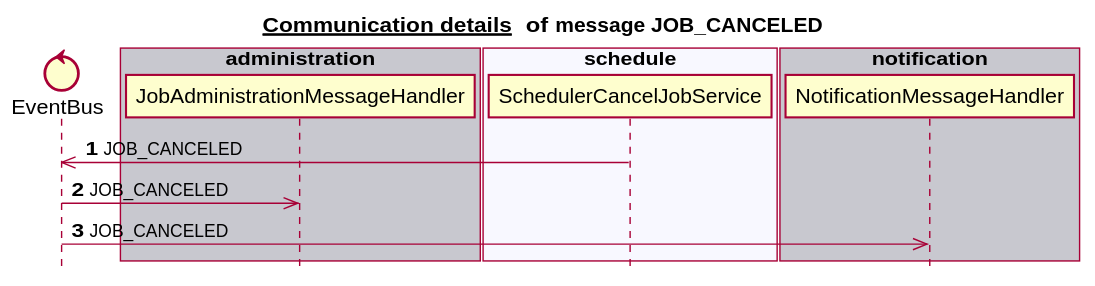
This is docs/latest/images/gen_domain_messaging_job_canceled.svg from mercedes-benz/sechub, a PlantUML export, as it was before one commit.
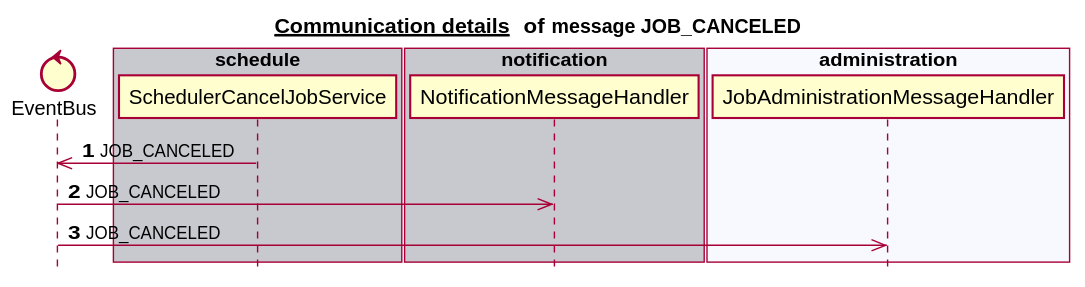
After the change.

What changed in the source:
```diff
@@ -6,23 +6,23 @@
 
 
 control EventBus
-box "authorization" #C8C8CF
+box "schedule" #C8C8CF
+   participant SchedulerCancelJobService
 end box
 box "scan" #F8F8FF
-end box
-box "administration" #C8C8CF
-   participant JobAdministrationMessageHandler
-end box
-box "schedule" #F8F8FF
-   participant SchedulerCancelJobService
 end box
 box "notification" #C8C8CF
    participant NotificationMessageHandler
 end box
+box "administration" #F8F8FF
+   participant JobAdministrationMessageHandler
+end box
+box "authorization" #C8C8CF
+end box
 autonumber 1
 SchedulerCancelJobService ->> EventBus:JOB_CANCELED
+EventBus ->> NotificationMessageHandler:JOB_CANCELED
 EventBus ->> JobAdministrationMessageHandler:JOB_CANCELED
-EventBus ->> NotificationMessageHandler:JOB_CANCELED
 autonumber stop
 
 
```
